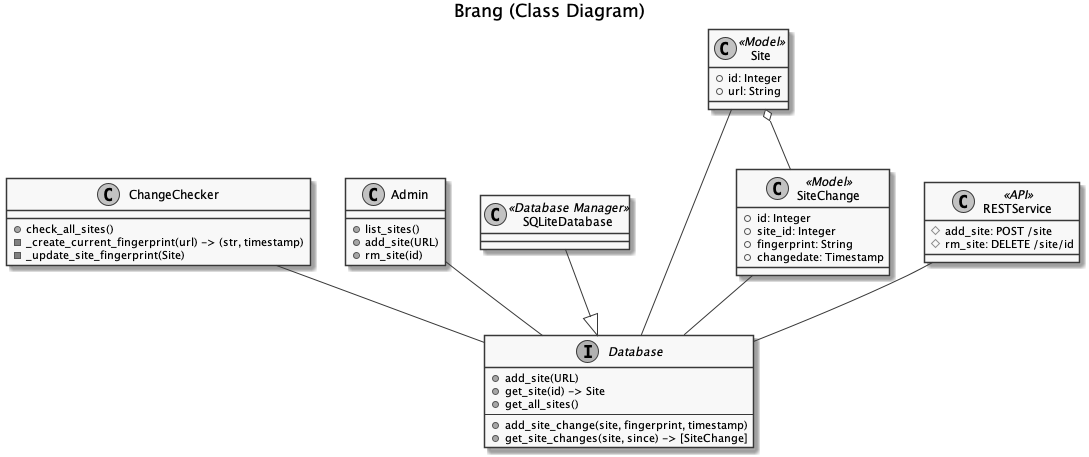
Before: docs/images/class_diagram.png, a diagram exported from PlantUML (DirkSchaefer/brang). Source of this version:
```plantuml
@startuml
skinparam monochrome true

title Brang (Class Diagram)
class ChangeChecker {
    + check_all_sites()
    - _create_current_fingerprint(url) -> (str, timestamp)
    - _update_site_fingerprint(Site)
}

ChangeChecker -- Database

class Admin {
 + list_sites()
 + add_site(URL)
 + rm_site(id)
}

Admin -- Database


interface Database {
    + add_site(URL)
    + get_site(id) -> Site
    + get_all_sites()
    --
    + add_site_change(site, fingerprint, timestamp)
    + get_site_changes(site, since) -> [SiteChange]
}

class SQLiteDatabase <<Database Manager>> {
}

SQLiteDatabase --|> Database

class Site <<Model>>{
    + id: Integer
    + url: String
}

Site -- Database
SiteChange -- Database

class SiteChange <<Model>>{
    + id: Integer
    + site_id: Integer
    + fingerprint: String
    + changedate: Timestamp
}

Site o-- SiteChange
class RESTService <<API>> {
    #add_site: POST /site
    #rm_site: DELETE /site/id
}

RESTService -- Database
@enduml
```
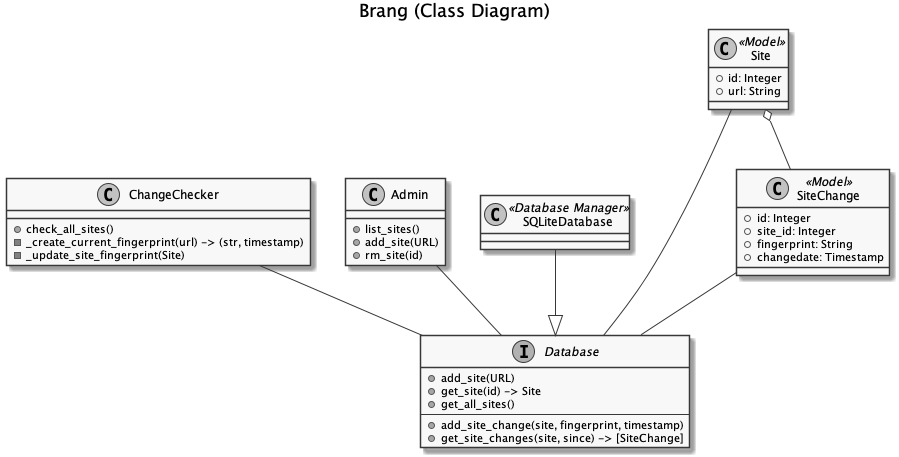
Later version of the same file.

What changed in the source:
```diff
@@ -49,10 +49,5 @@
 }
 
 Site o-- SiteChange
-class RESTService <<API>> {
-    #add_site: POST /site
-    #rm_site: DELETE /site/id
-}
 
-RESTService -- Database
 @enduml
```
